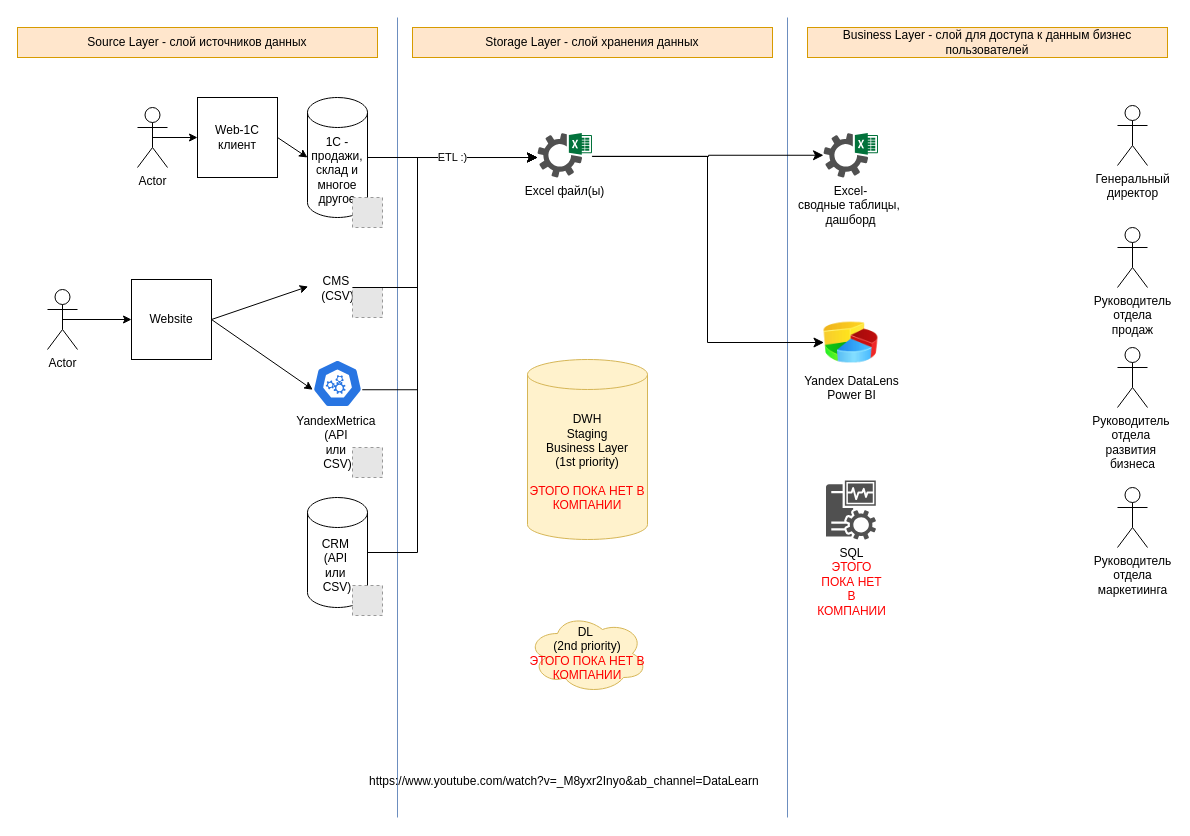
Above: DE-101 Modules/Module01/DE - 101 Lab 1.1/Homework_SAV/20240614_Архитектура_Аналитического_Решения(ШАВ).drawio in Data-Learn/data-engineering (draw.io), before the change. Source tidied: cells renumbered, new cells numbered last; positions are measured from the earlier drawing's top-left corner, leaving out a move shared by most shapes. Both pictures are drawn from the tidied source at 100%, with x=0, y=0 at pixel (17, 17). Pictures stored in the file or linked from it are replaced by grey dashed boxes.
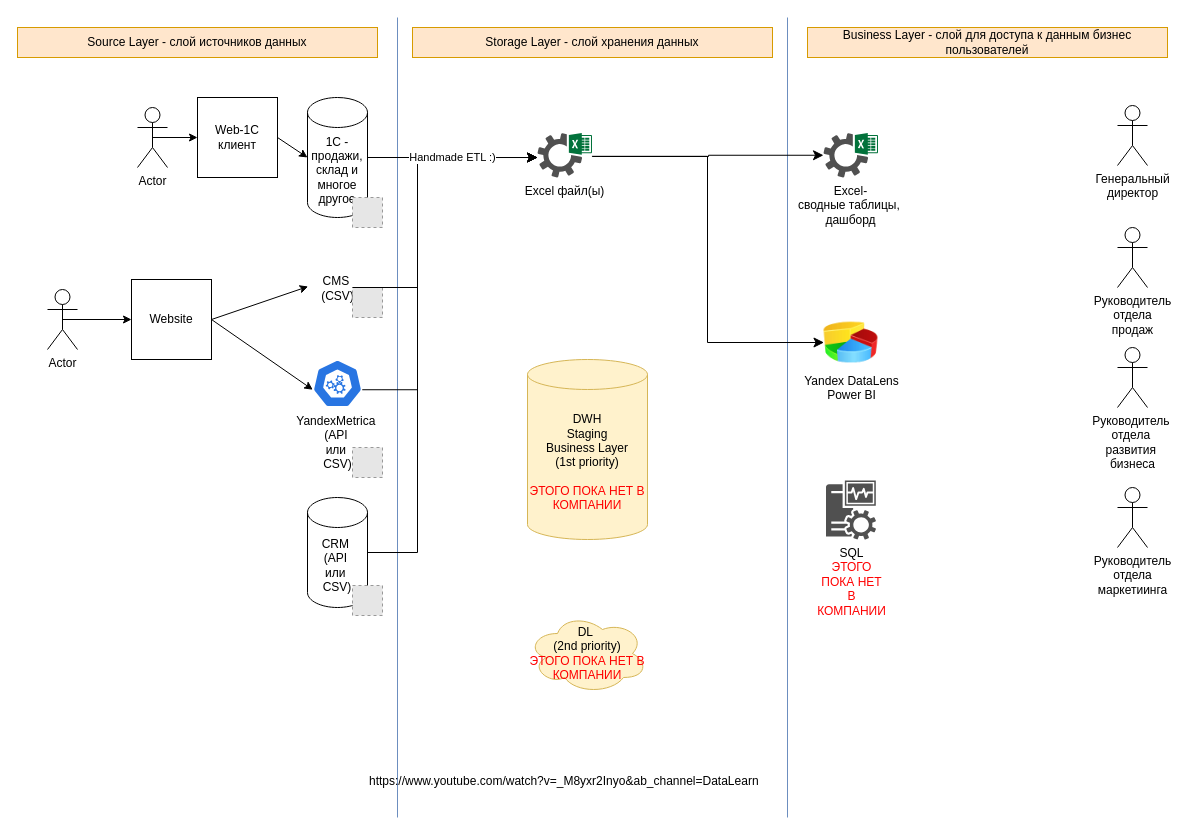
Above is the later version.

The change refers to these unchanged cells:
```xml
<mxCell id="36" value="1С - продажи, склад и многое другое" style="shape=cylinder3;whiteSpace=wrap;html=1;boundedLbl=1;backgroundOutline=1;size=15;" parent="35" vertex="1">
  <mxGeometry width="60" height="120" as="geometry" />
</mxCell>
```

The edit, as a diff of the source:
```diff
@@
-    <mxCell id="43" value="ETL :)" style="edgeStyle=elbowEdgeStyle;elbow=horizontal;endArrow=classic;html=1;curved=0;rounded=0;endSize=8;startSize=8;exitX=1;exitY=0.5;exitDx=0;exitDy=0;exitPerimeter=0;" parent="1" edge="1" source="36">
+    <mxCell id="43" value="Handmade ETL :)" style="edgeStyle=elbowEdgeStyle;elbow=horizontal;endArrow=classic;html=1;curved=0;rounded=0;endSize=8;startSize=8;exitX=1;exitY=0.5;exitDx=0;exitDy=0;exitPerimeter=0;" parent="1" edge="1" source="36">
       <mxGeometry relative="1" as="geometry">
         <mxPoint x="520" y="140" as="targetPoint" />
       </mxGeometry>
     </mxCell>
```
